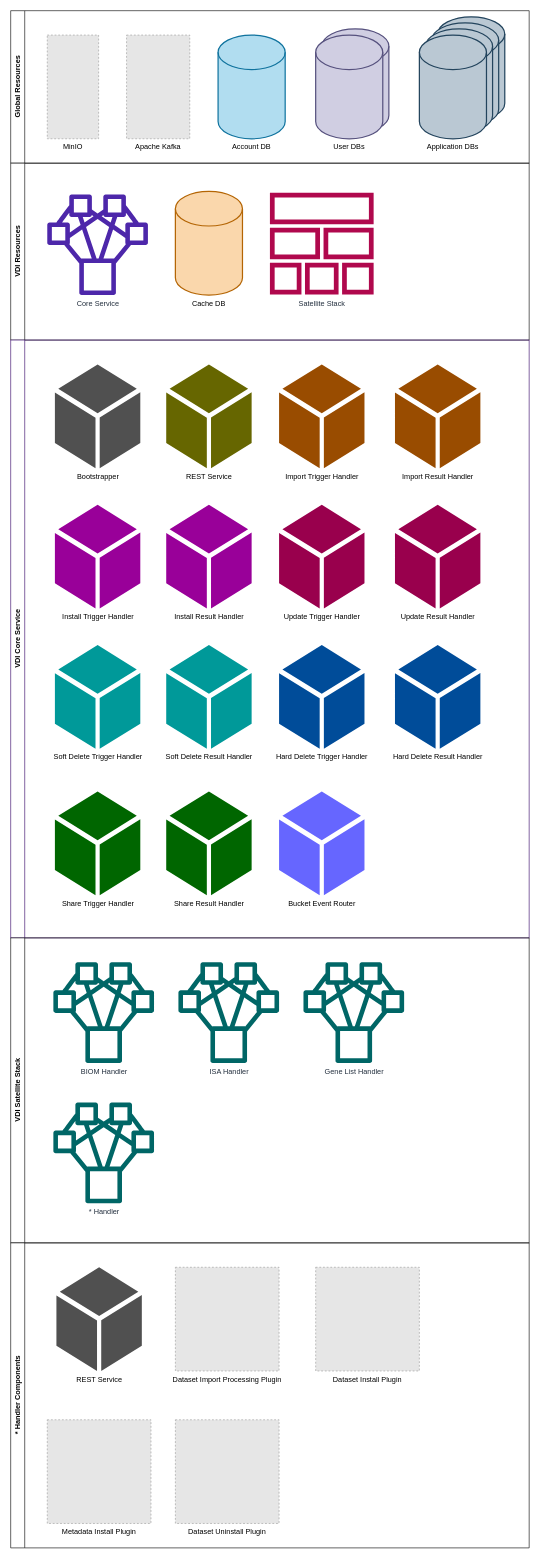
Earlier version of the draw.io diagram page "components" (1 of 10) of docs/design/1.0/diagrams/vdi.drawio (VEuPathDB/VDI). Source tidied: cells renumbered, new cells numbered last; positions are measured from the earlier drawing's top-left corner, leaving out a move shared by most shapes. Both pictures are drawn from the tidied source at 61%, with x=0, y=0 at pixel (10, 10). Pictures stored in the file or linked from it are replaced by grey dashed boxes.
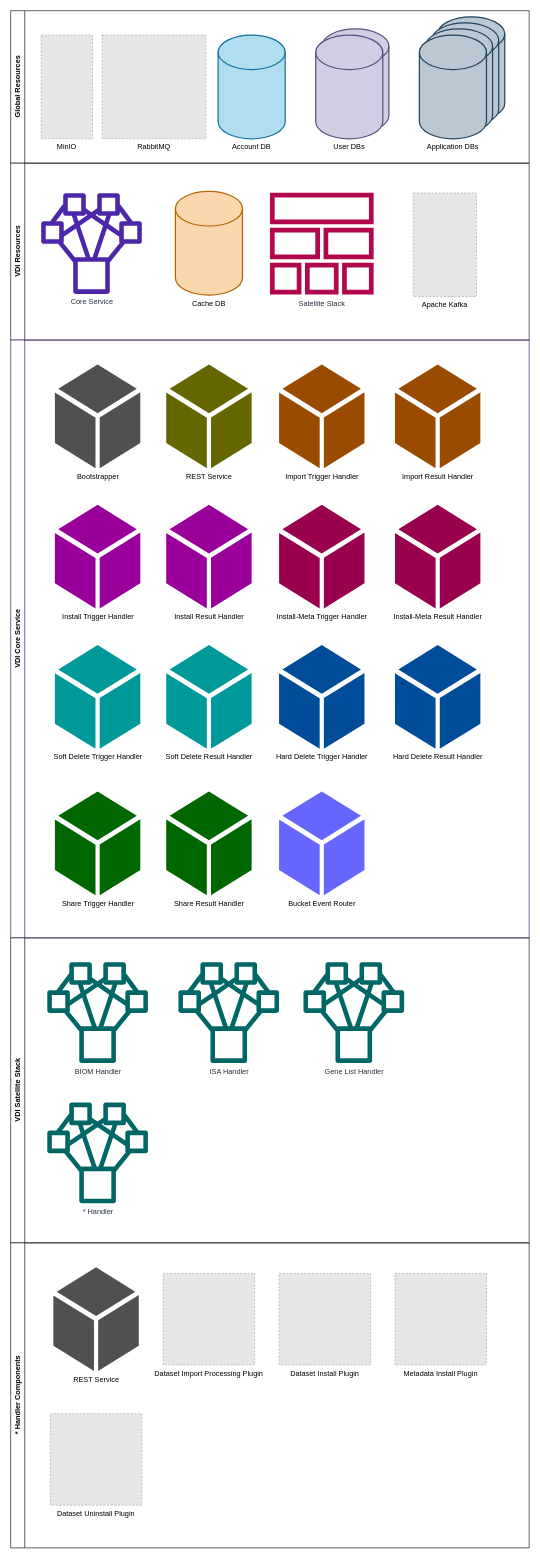
The same page after the edit.

Unchanged cells that the change refers to:
```xml
<mxCell id="2" value="Global Resources" style="swimlane;horizontal=0;whiteSpace=wrap;html=1;" parent="1" vertex="1">
  <mxGeometry width="850" height="250" as="geometry" />
</mxCell>
<mxCell id="14" value="VDI Resources" style="swimlane;horizontal=0;whiteSpace=wrap;html=1;" parent="1" vertex="1">
  <mxGeometry y="250" width="850" height="290" as="geometry" />
</mxCell>
<mxCell id="18" value="VDI Core Service" style="swimlane;horizontal=0;whiteSpace=wrap;html=1;strokeColor=#330066;" parent="1" vertex="1">
  <mxGeometry y="540" width="850" height="980" as="geometry" />
</mxCell>
<mxCell id="34" value="VDI Satellite Stack" style="swimlane;horizontal=0;whiteSpace=wrap;html=1;" parent="1" vertex="1">
  <mxGeometry y="1520" width="850" height="500" as="geometry" />
</mxCell>
<mxCell id="39" value="* Handler Components" style="swimlane;horizontal=0;whiteSpace=wrap;html=1;" parent="1" vertex="1">
  <mxGeometry y="2020" width="850" height="500" as="geometry" />
</mxCell>
```

Change to the diagram source:
```diff
@@
     <mxCell id="3" value="MinIO" style="fillColor=#E6E6E6;strokeColor=#999999;dashed=1;verticalLabelPosition=bottom;labelBackgroundColor=default;verticalAlign=top;" parent="2" vertex="1">
-      <mxGeometry x="60" y="40" width="84.2" height="170" as="geometry" />
+      <mxGeometry x="50" y="40" width="84.2" height="170" as="geometry" />
     </mxCell>
-    <mxCell id="4" value="Apache Kafka" style="fillColor=#E6E6E6;strokeColor=#999999;dashed=1;verticalLabelPosition=bottom;labelBackgroundColor=default;verticalAlign=top;" parent="2" vertex="1">
-      <mxGeometry x="190" y="40" width="103.6" height="170" as="geometry" />
-    </mxCell>
@@
+    <mxCell id="45" value="RabbitMQ" style="fillColor=#E6E6E6;strokeColor=#999999;dashed=1;verticalLabelPosition=bottom;labelBackgroundColor=default;verticalAlign=top;" parent="2" vertex="1">
+      <mxGeometry x="150" y="40" width="170" height="170" as="geometry" />
+    </mxCell>
@@
     <mxCell id="17" value=" Core Service" style="sketch=0;fontColor=#232F3E;gradientColor=none;fillColor=#4D27AA;strokeColor=none;dashed=0;verticalLabelPosition=bottom;verticalAlign=top;align=center;html=1;fontSize=12;fontStyle=0;shape=mxgraph.aws4.cluster;direction=north;" parent="14" vertex="1">
-      <mxGeometry x="60" y="51.3" width="165" height="165" as="geometry" />
+      <mxGeometry x="50" y="49.3" width="165" height="165" as="geometry" />
     </mxCell>
+    <mxCell id="4" value="Apache Kafka" style="fillColor=#E6E6E6;strokeColor=#999999;dashed=1;verticalLabelPosition=bottom;labelBackgroundColor=default;verticalAlign=top;" parent="14" vertex="1">
+      <mxGeometry x="660" y="48.8" width="103.6" height="170" as="geometry" />
+    </mxCell>
@@
-    <mxCell id="25" value="Update Trigger Handler" style="sketch=0;shadow=0;dashed=0;html=1;strokeColor=none;fillColor=#99004D;labelPosition=center;verticalLabelPosition=bottom;verticalAlign=top;align=center;shape=mxgraph.office.concepts.node_generic;" parent="18" vertex="1">
+    <mxCell id="25" value="Install-Meta Trigger Handler" style="sketch=0;shadow=0;dashed=0;html=1;strokeColor=none;fillColor=#99004D;labelPosition=center;verticalLabelPosition=bottom;verticalAlign=top;align=center;shape=mxgraph.office.concepts.node_generic;" parent="18" vertex="1">
       <mxGeometry x="440" y="270" width="140" height="170" as="geometry" />
     </mxCell>
-    <mxCell id="26" value="Update Result Handler" style="sketch=0;shadow=0;dashed=0;html=1;strokeColor=none;fillColor=#99004D;labelPosition=center;verticalLabelPosition=bottom;verticalAlign=top;align=center;shape=mxgraph.office.concepts.node_generic;" parent="18" vertex="1">
+    <mxCell id="26" value="Install-Meta Result Handler" style="sketch=0;shadow=0;dashed=0;html=1;strokeColor=none;fillColor=#99004D;labelPosition=center;verticalLabelPosition=bottom;verticalAlign=top;align=center;shape=mxgraph.office.concepts.node_generic;" parent="18" vertex="1">
       <mxGeometry x="630" y="270" width="140" height="170" as="geometry" />
     </mxCell>
@@
     <mxCell id="35" value=" BIOM Handler" style="sketch=0;fontColor=#232F3E;gradientColor=none;fillColor=#006666;strokeColor=none;dashed=0;verticalLabelPosition=bottom;verticalAlign=top;align=center;html=1;fontSize=12;fontStyle=0;shape=mxgraph.aws4.cluster;direction=north;" parent="34" vertex="1">
-      <mxGeometry x="70" y="40" width="165" height="165" as="geometry" />
+      <mxGeometry x="60" y="40" width="165" height="165" as="geometry" />
     </mxCell>
@@
     <mxCell id="38" value="* Handler" style="sketch=0;fontColor=#232F3E;gradientColor=none;fillColor=#006666;strokeColor=none;dashed=0;verticalLabelPosition=bottom;verticalAlign=top;align=center;html=1;fontSize=12;fontStyle=0;shape=mxgraph.aws4.cluster;direction=north;" parent="34" vertex="1">
-      <mxGeometry x="70" y="270" width="165" height="165" as="geometry" />
+      <mxGeometry x="60" y="270" width="165" height="165" as="geometry" />
     </mxCell>
@@
     <mxCell id="40" value="Dataset Install Plugin" style="fillColor=#E6E6E6;strokeColor=#999999;dashed=1;verticalLabelPosition=bottom;labelBackgroundColor=default;verticalAlign=top;" parent="39" vertex="1">
-      <mxGeometry x="500" y="40" width="170" height="170" as="geometry" />
+      <mxGeometry x="440" y="50" width="150" height="150" as="geometry" />
     </mxCell>
     <mxCell id="41" value="Metadata Install Plugin" style="fillColor=#E6E6E6;strokeColor=#999999;dashed=1;verticalLabelPosition=bottom;labelBackgroundColor=default;verticalAlign=top;" parent="39" vertex="1">
-      <mxGeometry x="60" y="290" width="170" height="170" as="geometry" />
+      <mxGeometry x="630" y="50" width="150" height="150" as="geometry" />
     </mxCell>
     <mxCell id="42" value="Dataset Import Processing Plugin" style="fillColor=#E6E6E6;strokeColor=#999999;dashed=1;verticalLabelPosition=bottom;labelBackgroundColor=default;verticalAlign=top;" parent="39" vertex="1">
-      <mxGeometry x="270" y="40" width="170" height="170" as="geometry" />
+      <mxGeometry x="250" y="50" width="150" height="150" as="geometry" />
     </mxCell>
     <mxCell id="43" value="Dataset Uninstall Plugin" style="fillColor=#E6E6E6;strokeColor=#999999;dashed=1;verticalLabelPosition=bottom;labelBackgroundColor=default;verticalAlign=top;" parent="39" vertex="1">
-      <mxGeometry x="270" y="290" width="170" height="170" as="geometry" />
+      <mxGeometry x="65" y="280" width="150" height="150" as="geometry" />
     </mxCell>
     <mxCell id="44" value="REST Service" style="sketch=0;shadow=0;dashed=0;html=1;strokeColor=none;fillColor=#505050;labelPosition=center;verticalLabelPosition=bottom;verticalAlign=top;align=center;shape=mxgraph.office.concepts.node_generic;" parent="39" vertex="1">
-      <mxGeometry x="75" y="40" width="140" height="170" as="geometry" />
+      <mxGeometry x="70" y="40" width="140" height="170" as="geometry" />
     </mxCell>
```
